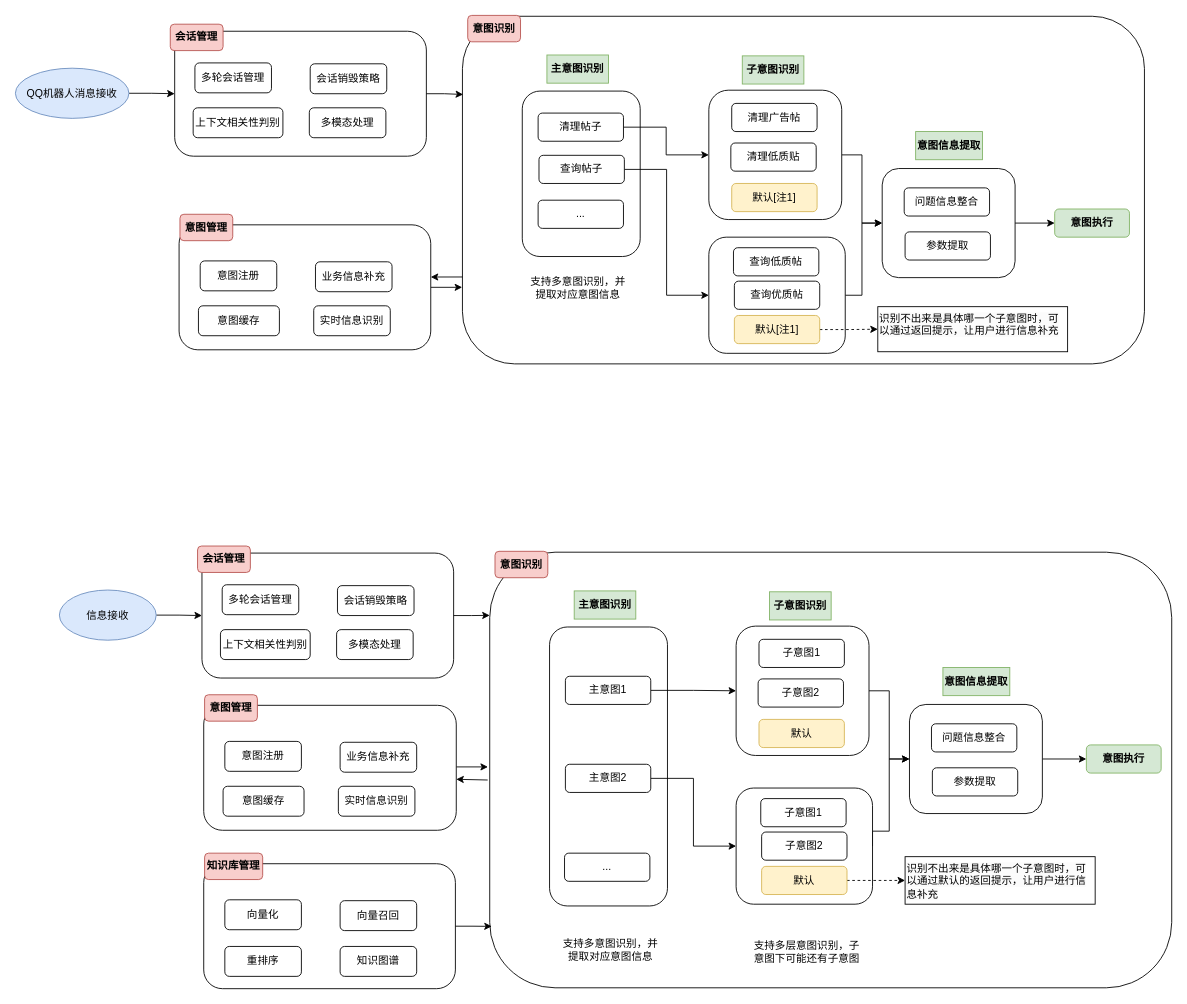
Above: diagrams/意图识别.drawio in neoalvin/draw.io (draw.io), before the change. Source tidied: cells renumbered, new cells numbered last; positions are measured from the earlier drawing's top-left corner, leaving out a move shared by most shapes. Both pictures are drawn from the tidied source at 88%, with x=0, y=0 at pixel (15, 15).
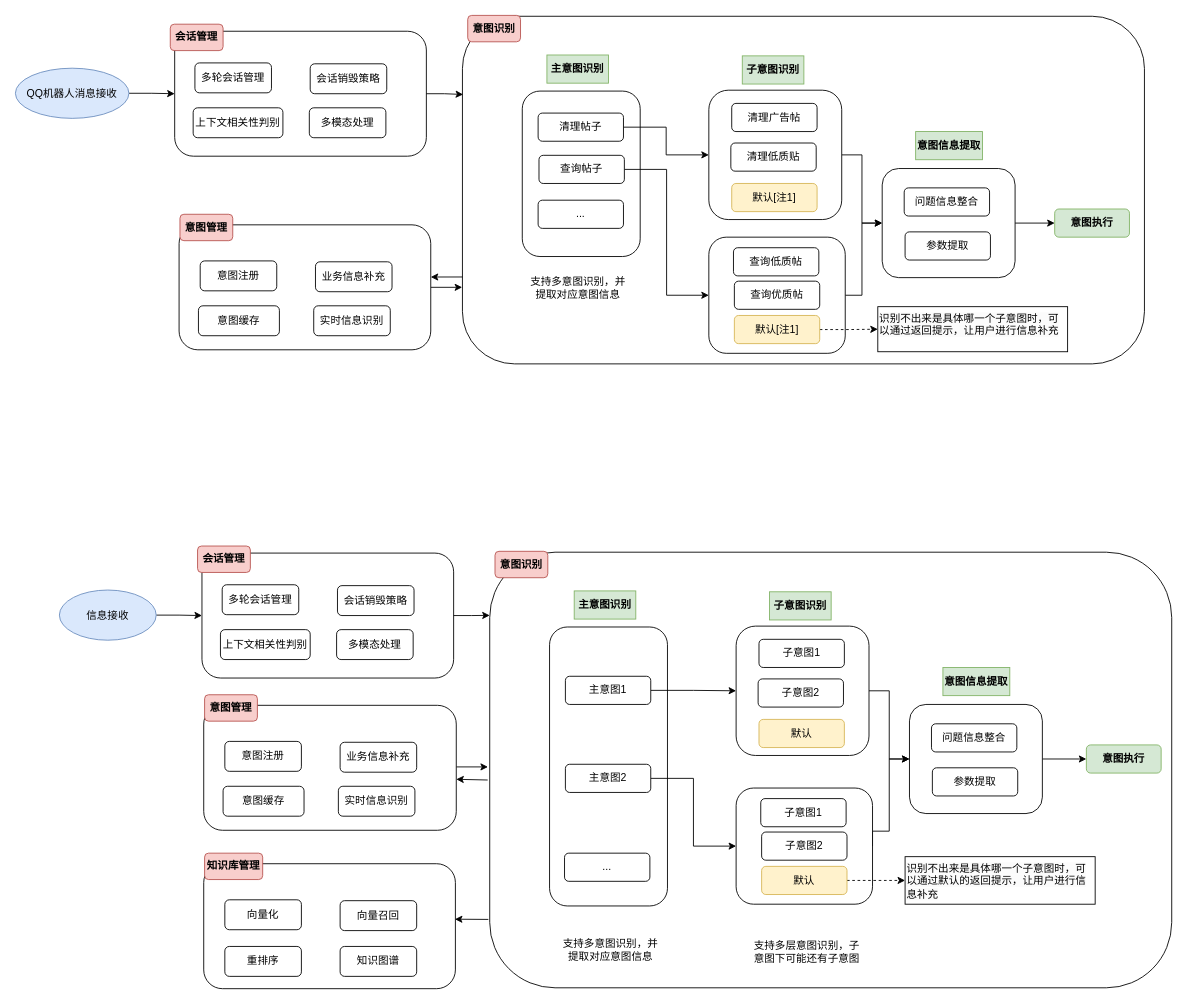
The same page after the edit.

Commit message:
更新意图识别.drawio

Unchanged cells that the change refers to:
```xml
<mxCell id="48" style="rounded=1;whiteSpace=wrap;html=1;" parent="1" vertex="1">
  <mxGeometry x="539" y="610" width="775" height="495" as="geometry" />
</mxCell>
<mxCell id="92" style="rounded=1;whiteSpace=wrap;html=1;" parent="1" vertex="1">
  <mxGeometry x="214" y="964" width="286" height="142" as="geometry" />
</mxCell>
```

Change to the diagram source:
```diff
@@
-    <mxCell id="98" style="edgeStyle=orthogonalEdgeStyle;rounded=0;jettySize=auto;html=1;exitX=1;exitY=0.5;exitDx=0;exitDy=0;entryX=0.003;entryY=0.859;entryDx=0;entryDy=0;entryPerimeter=0;" parent="1" edge="1" source="92" target="48">
-      <mxGeometry relative="1" as="geometry" />
-    </mxCell>
@@
+    <mxCell id="102" style="endArrow=classic;html=1;rounded=0;exitX=-0.002;exitY=0.843;exitDx=0;exitDy=0;exitPerimeter=0;entryX=0.998;entryY=0.444;entryDx=0;entryDy=0;entryPerimeter=0;" parent="1" edge="1" source="48" target="92">
+      <mxGeometry relative="1" as="geometry" />
+    </mxCell>
```
